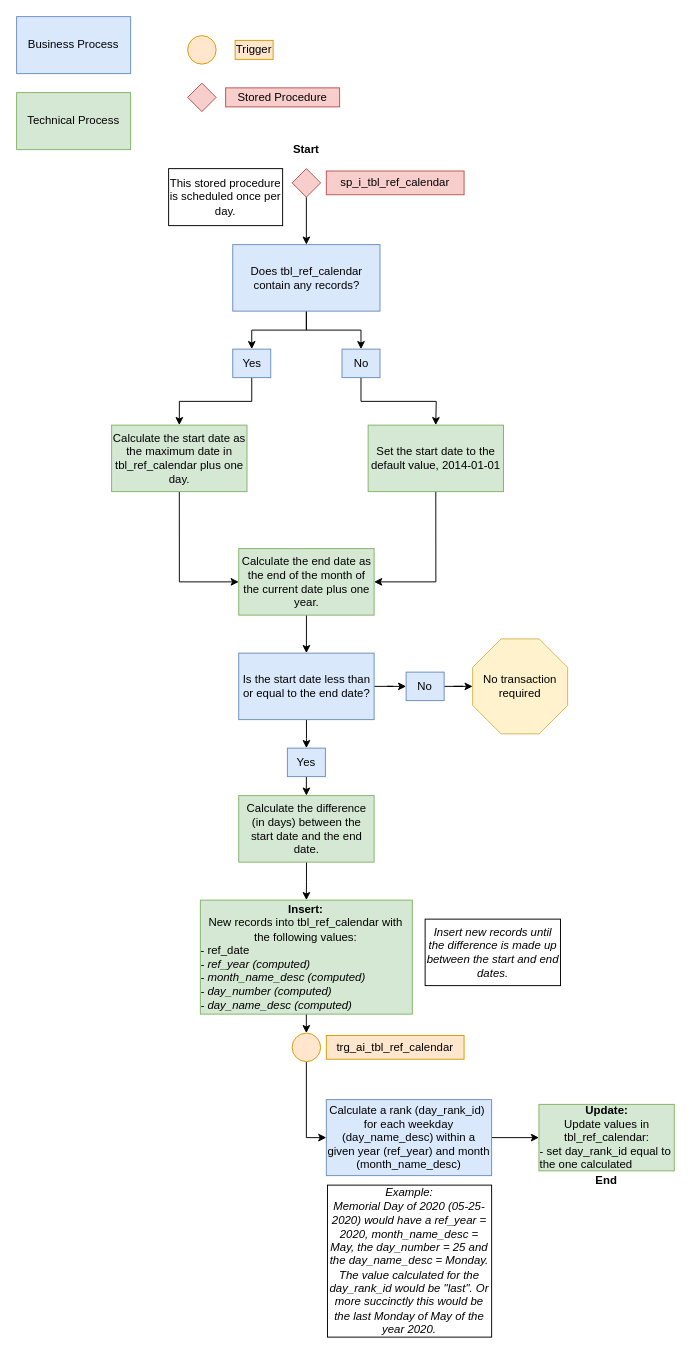
This is images/diagram6.drawio from NYC-Parks/SLADB, a draw.io file, before an edit. Source tidied: cells renumbered, new cells numbered last; positions are measured from the earlier drawing's top-left corner, leaving out a move shared by most shapes. Both pictures are drawn from the tidied source at 95%, with x=0, y=0 at pixel (16, 16).
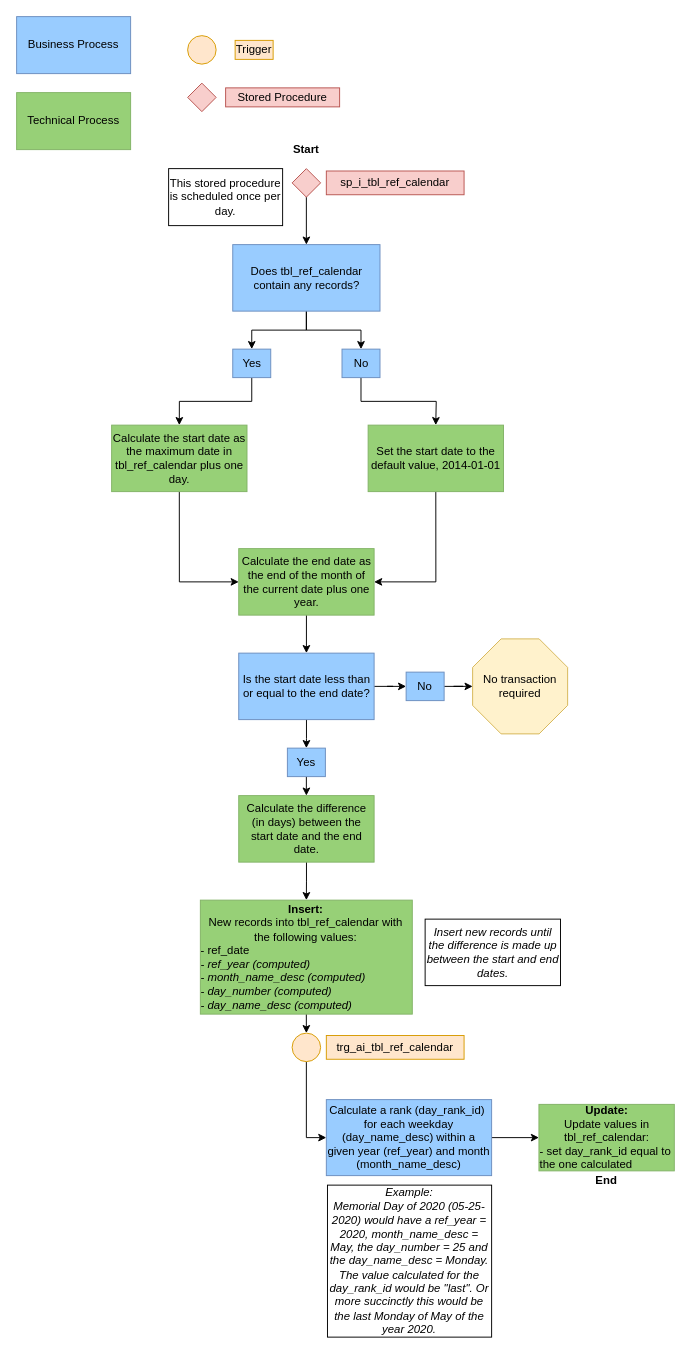
Above is the later version.

Change to the diagram source:
```diff
@@
-    <mxCell id="5" value="Business Process" style="rounded=0;whiteSpace=wrap;html=1;fillColor=#dae8fc;strokeColor=#6c8ebf;" parent="1" vertex="1">
+    <mxCell id="5" value="Business Process" style="rounded=0;whiteSpace=wrap;html=1;fillColor=#99CCFF;strokeColor=#6c8ebf;" parent="1" vertex="1">
       <mxGeometry width="120" height="60" as="geometry" />
     </mxCell>
-    <mxCell id="6" value="Technical Process" style="rounded=0;whiteSpace=wrap;html=1;fillColor=#d5e8d4;strokeColor=#82b366;" parent="1" vertex="1">
+    <mxCell id="6" value="Technical Process" style="rounded=0;whiteSpace=wrap;html=1;fillColor=#97D077;strokeColor=#82b366;" parent="1" vertex="1">
       <mxGeometry y="80" width="120" height="60" as="geometry" />
     </mxCell>
@@
-    <mxCell id="13" value="Calculate the start date as the maximum date in tbl_ref_calendar plus one day." style="rounded=0;whiteSpace=wrap;html=1;fillColor=#d5e8d4;strokeColor=#82b366;" parent="1" vertex="1">
+    <mxCell id="13" value="Calculate the start date as the maximum date in tbl_ref_calendar plus one day." style="rounded=0;whiteSpace=wrap;html=1;fillColor=#97D077;strokeColor=#82b366;" parent="1" vertex="1">
       <mxGeometry x="100" y="430" width="142.5" height="70" as="geometry" />
     </mxCell>
@@
-    <mxCell id="15" value="Calculate the end date as the end of the month of the current date plus one year." style="rounded=0;whiteSpace=wrap;html=1;fillColor=#d5e8d4;strokeColor=#82b366;" parent="1" vertex="1">
+    <mxCell id="15" value="Calculate the end date as the end of the month of the current date plus one year." style="rounded=0;whiteSpace=wrap;html=1;fillColor=#97D077;strokeColor=#82b366;" parent="1" vertex="1">
       <mxGeometry x="233.8" y="560" width="142.5" height="70" as="geometry" />
     </mxCell>
@@
-    <mxCell id="18" value="Does tbl_ref_calendar contain any records?" style="rounded=0;whiteSpace=wrap;html=1;fillColor=#dae8fc;strokeColor=#6c8ebf;" parent="1" vertex="1">
+    <mxCell id="18" value="Does tbl_ref_calendar contain any records?" style="rounded=0;whiteSpace=wrap;html=1;fillColor=#99CCFF;strokeColor=#6c8ebf;" parent="1" vertex="1">
       <mxGeometry x="227.5" y="240" width="155" height="70" as="geometry" />
     </mxCell>
@@
-    <mxCell id="20" value="Yes" style="rounded=0;whiteSpace=wrap;html=1;fillColor=#dae8fc;strokeColor=#6c8ebf;" parent="1" vertex="1">
+    <mxCell id="20" value="Yes" style="rounded=0;whiteSpace=wrap;html=1;fillColor=#99CCFF;strokeColor=#6c8ebf;" parent="1" vertex="1">
       <mxGeometry x="227.5" y="350" width="40" height="30" as="geometry" />
     </mxCell>
@@
-    <mxCell id="22" value="No" style="rounded=0;whiteSpace=wrap;html=1;fillColor=#dae8fc;strokeColor=#6c8ebf;" parent="1" vertex="1">
+    <mxCell id="22" value="No" style="rounded=0;whiteSpace=wrap;html=1;fillColor=#99CCFF;strokeColor=#6c8ebf;" parent="1" vertex="1">
       <mxGeometry x="342.5" y="350" width="40" height="30" as="geometry" />
     </mxCell>
@@
-    <mxCell id="24" value="Set the start date to the default value, 2014-01-01" style="rounded=0;whiteSpace=wrap;html=1;fillColor=#d5e8d4;strokeColor=#82b366;" parent="1" vertex="1">
+    <mxCell id="24" value="Set the start date to the default value, 2014-01-01" style="rounded=0;whiteSpace=wrap;html=1;fillColor=#97D077;strokeColor=#82b366;" parent="1" vertex="1">
       <mxGeometry x="370" y="430" width="142.5" height="70" as="geometry" />
     </mxCell>
@@
-    <mxCell id="27" value="Is the start date less than or equal to the end date?" style="rounded=0;whiteSpace=wrap;html=1;fillColor=#dae8fc;strokeColor=#6c8ebf;" parent="1" vertex="1">
+    <mxCell id="27" value="Is the start date less than or equal to the end date?" style="rounded=0;whiteSpace=wrap;html=1;fillColor=#99CCFF;strokeColor=#6c8ebf;" parent="1" vertex="1">
       <mxGeometry x="233.8" y="670" width="142.5" height="70" as="geometry" />
     </mxCell>
@@
-    <mxCell id="29" value="&lt;b&gt;Insert:&lt;/b&gt;&lt;br&gt;New records into tbl_ref_calendar with the following values:&lt;br&gt;&lt;div style=&quot;text-align: left&quot;&gt;&lt;span&gt;- ref_date&lt;/span&gt;&lt;/div&gt;&lt;div style=&quot;text-align: left&quot;&gt;&lt;span&gt;&lt;i&gt;- ref_year (computed)&lt;/i&gt;&lt;/span&gt;&lt;/div&gt;&lt;div style=&quot;text-align: left&quot;&gt;&lt;i&gt;- month_name_desc (computed)&lt;/i&gt;&lt;/div&gt;&lt;div style=&quot;text-align: left&quot;&gt;&lt;i&gt;- day_number (computed)&lt;/i&gt;&lt;/div&gt;&lt;div style=&quot;text-align: left&quot;&gt;&lt;i&gt;- day_name_desc (computed)&lt;/i&gt;&lt;/div&gt;" style="rounded=0;whiteSpace=wrap;html=1;fillColor=#d5e8d4;strokeColor=#82b366;" parent="1" vertex="1">
+    <mxCell id="29" value="&lt;b&gt;Insert:&lt;/b&gt;&lt;br&gt;New records into tbl_ref_calendar with the following values:&lt;br&gt;&lt;div style=&quot;text-align: left&quot;&gt;&lt;span&gt;- ref_date&lt;/span&gt;&lt;/div&gt;&lt;div style=&quot;text-align: left&quot;&gt;&lt;span&gt;&lt;i&gt;- ref_year (computed)&lt;/i&gt;&lt;/span&gt;&lt;/div&gt;&lt;div style=&quot;text-align: left&quot;&gt;&lt;i&gt;- month_name_desc (computed)&lt;/i&gt;&lt;/div&gt;&lt;div style=&quot;text-align: left&quot;&gt;&lt;i&gt;- day_number (computed)&lt;/i&gt;&lt;/div&gt;&lt;div style=&quot;text-align: left&quot;&gt;&lt;i&gt;- day_name_desc (computed)&lt;/i&gt;&lt;/div&gt;" style="rounded=0;whiteSpace=wrap;html=1;fillColor=#97D077;strokeColor=#82b366;" parent="1" vertex="1">
       <mxGeometry x="193.4" y="930" width="223.1" height="120" as="geometry" />
     </mxCell>
@@
-    <mxCell id="34" value="&lt;b&gt;Update:&lt;/b&gt;&lt;br&gt;Update values in tbl_ref_calendar:&lt;br&gt;&lt;div style=&quot;text-align: left&quot;&gt;&lt;span&gt;- set day_rank_id equal to the one calculated&lt;/span&gt;&lt;/div&gt;" style="rounded=0;whiteSpace=wrap;html=1;fillColor=#d5e8d4;strokeColor=#82b366;" parent="1" vertex="1">
+    <mxCell id="34" value="&lt;b&gt;Update:&lt;/b&gt;&lt;br&gt;Update values in tbl_ref_calendar:&lt;br&gt;&lt;div style=&quot;text-align: left&quot;&gt;&lt;span&gt;- set day_rank_id equal to the one calculated&lt;/span&gt;&lt;/div&gt;" style="rounded=0;whiteSpace=wrap;html=1;fillColor=#97D077;strokeColor=#82b366;" parent="1" vertex="1">
       <mxGeometry x="549.8" y="1145" width="142.5" height="70" as="geometry" />
     </mxCell>
@@
-    <mxCell id="36" value="Calculate a rank (day_rank_id)&amp;nbsp; for each weekday (day_name_desc) within a given year (ref_year) and month (month_name_desc)" style="rounded=0;whiteSpace=wrap;html=1;fillColor=#dae8fc;strokeColor=#6c8ebf;" parent="1" vertex="1">
+    <mxCell id="36" value="Calculate a rank (day_rank_id)&amp;nbsp; for each weekday (day_name_desc) within a given year (ref_year) and month (month_name_desc)" style="rounded=0;whiteSpace=wrap;html=1;fillColor=#99CCFF;strokeColor=#6c8ebf;" parent="1" vertex="1">
       <mxGeometry x="326" y="1140" width="174" height="80" as="geometry" />
     </mxCell>
@@
-    <mxCell id="40" value="Calculate the difference (in days) between the start date and the end date." style="rounded=0;whiteSpace=wrap;html=1;fillColor=#d5e8d4;strokeColor=#82b366;" parent="1" vertex="1">
+    <mxCell id="40" value="Calculate the difference (in days) between the start date and the end date." style="rounded=0;whiteSpace=wrap;html=1;fillColor=#97D077;strokeColor=#82b366;" parent="1" vertex="1">
       <mxGeometry x="233.8" y="820" width="142.5" height="70" as="geometry" />
     </mxCell>
@@
-    <mxCell id="42" value="Yes" style="rounded=0;whiteSpace=wrap;html=1;fillColor=#dae8fc;strokeColor=#6c8ebf;" parent="1" vertex="1">
+    <mxCell id="42" value="Yes" style="rounded=0;whiteSpace=wrap;html=1;fillColor=#99CCFF;strokeColor=#6c8ebf;" parent="1" vertex="1">
       <mxGeometry x="285" y="770" width="40" height="30" as="geometry" />
     </mxCell>
@@
-    <mxCell id="44" value="No" style="rounded=0;whiteSpace=wrap;html=1;fillColor=#dae8fc;strokeColor=#6c8ebf;" parent="1" vertex="1">
+    <mxCell id="44" value="No" style="rounded=0;whiteSpace=wrap;html=1;fillColor=#99CCFF;strokeColor=#6c8ebf;" parent="1" vertex="1">
       <mxGeometry x="410" y="690" width="40" height="30" as="geometry" />
     </mxCell>
```
